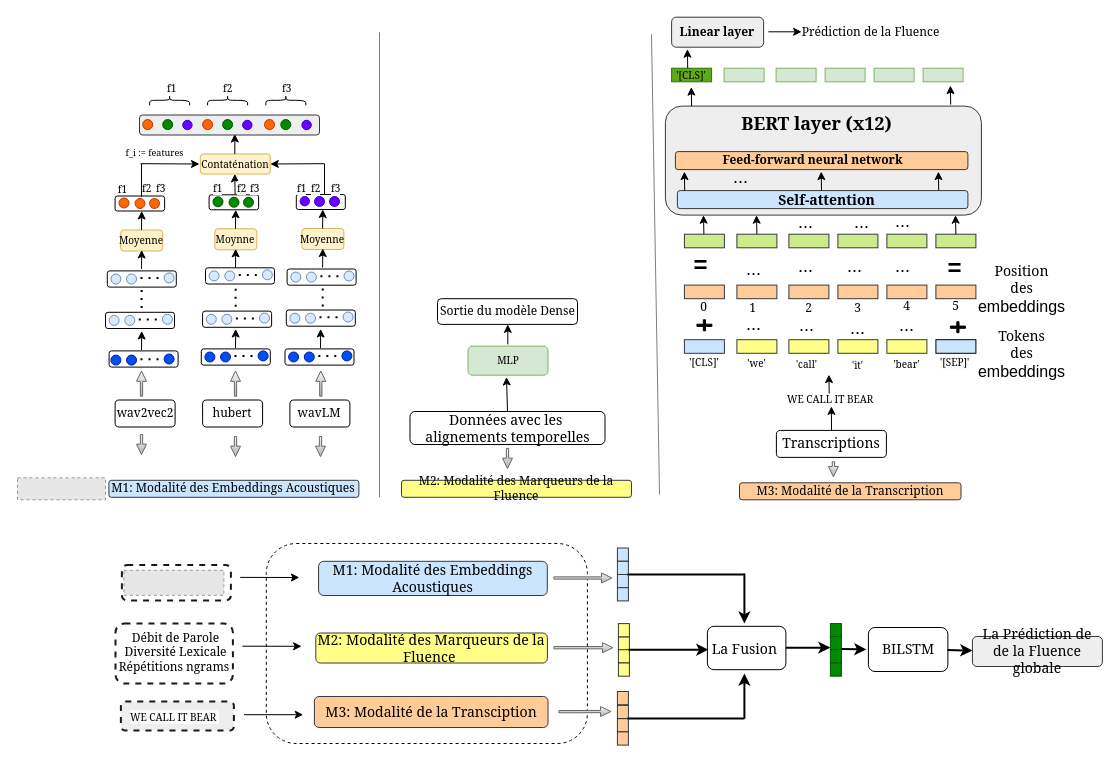
Before: page "TRI-modal" (1 of 2) of Trimodal_Fluency_sslmodel.drawio in papasega/Applied-Deep-Learning, a draw.io diagram. Source tidied: cells renumbered, new cells numbered last; positions are measured from the earlier drawing's top-left corner, leaving out a move shared by most shapes. Both pictures are drawn from the tidied source at 100%, with x=0, y=0 at pixel (17, 17). Pictures stored in the file or linked from it are replaced by grey dashed boxes.
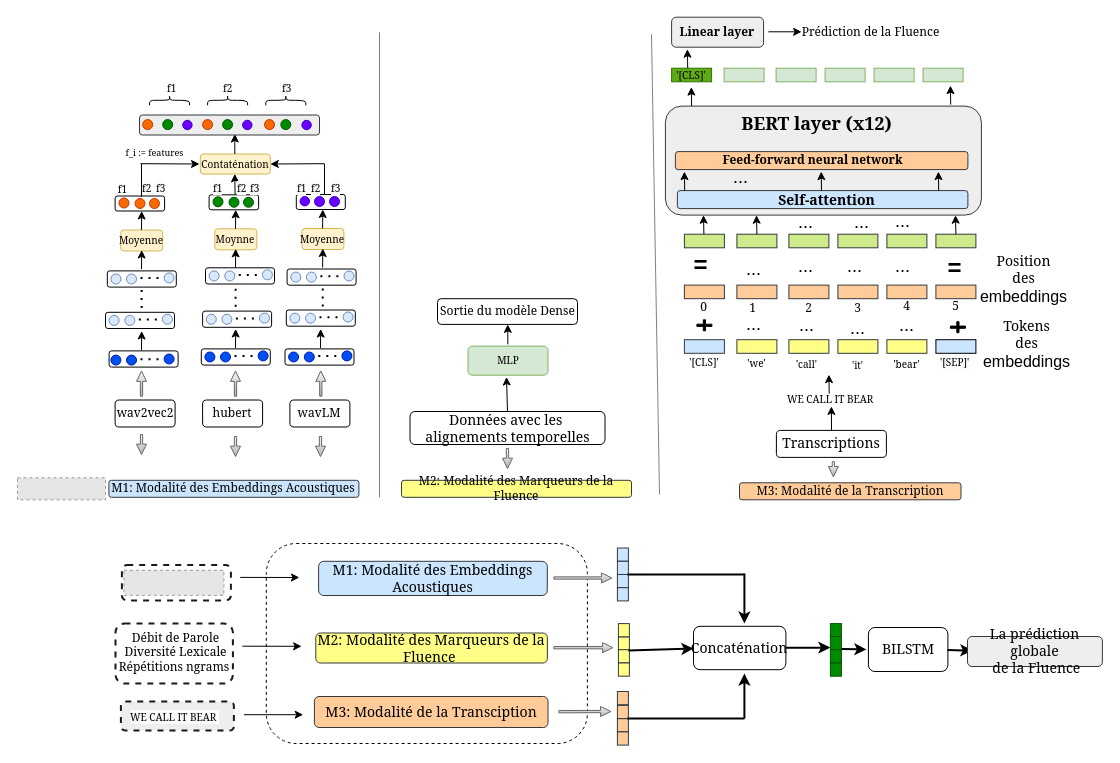
The same diagram, later.

Commit message:
Mettre à jour Trimodal_Fluency_sslmodel.drawio

Change to the diagram source:
```diff
@@
     <mxCell id="162" value="&lt;font face=&quot;Georgia&quot; style=&quot;font-size: 14px;&quot;&gt;Tokens&lt;/font&gt;&lt;div&gt;&lt;font face=&quot;Georgia&quot;&gt;&lt;span style=&quot;font-size: 14px;&quot;&gt;des&lt;br&gt;&lt;/span&gt;&lt;/font&gt;&lt;div&gt;&lt;font size=&quot;3&quot; face=&quot;F65Sn-oQwdM0Ih9RyYtp&quot; style=&quot;&quot;&gt;embeddings&lt;/font&gt;&lt;/div&gt;&lt;/div&gt;" style="text;html=1;align=center;verticalAlign=middle;strokeColor=none;fillColor=none;" parent="1" vertex="1">
-      <mxGeometry x="956.9" y="304.8" width="95" height="65" as="geometry" />
+      <mxGeometry x="961" y="294.5" width="95" height="65" as="geometry" />
     </mxCell>
     <mxCell id="163" value="&lt;font style=&quot;font-size: 14px;&quot; face=&quot;Georgia&quot;&gt;Position&lt;/font&gt;&lt;div&gt;&lt;font style=&quot;font-size: 14px;&quot; face=&quot;Georgia&quot;&gt;des&lt;br&gt;&lt;/font&gt;&lt;div&gt;&lt;font size=&quot;3&quot; face=&quot;HL0lQJGr_3rsFP0qDM02&quot; style=&quot;&quot;&gt;embeddings&lt;/font&gt;&lt;/div&gt;&lt;/div&gt;" style="text;html=1;align=center;verticalAlign=middle;strokeColor=none;fillColor=none;" parent="1" vertex="1">
-      <mxGeometry x="956.9" y="239.2" width="95" height="65" as="geometry" />
+      <mxGeometry x="958.4" y="229" width="95" height="65" as="geometry" />
     </mxCell>
@@
-    <mxCell id="236" style="endArrow=classic;html=1;rounded=0;strokeWidth=2;" parent="1" edge="1">
+    <mxCell id="236" style="endArrow=classic;html=1;rounded=0;strokeWidth=2;entryX=0;entryY=0.5;entryDx=0;entryDy=0;" parent="1" edge="1">
       <mxGeometry relative="1" as="geometry">
-        <mxPoint x="610.9" y="632.2" as="sourcePoint" />
-        <mxPoint x="690.9" y="632.2" as="targetPoint" />
+        <mxPoint x="610.9" y="632.9" as="sourcePoint" />
+        <mxPoint x="676" y="631.1" as="targetPoint" />
       </mxGeometry>
     </mxCell>
-    <mxCell id="237" value="&lt;font face=&quot;Georgia&quot; style=&quot;font-size: 14px;&quot;&gt;La Fusion&lt;/font&gt;&lt;span style=&quot;font-family: KW7sAYILyFHi5LCFHPS0; font-size: medium; background-color: transparent; color: light-dark(rgb(0, 0, 0), rgb(255, 255, 255));&quot;&gt;&amp;nbsp;&lt;/span&gt;" style="rounded=1;whiteSpace=wrap;html=1;" parent="1" vertex="1">
-      <mxGeometry x="689.9" y="608.8" width="78.5" height="43.4" as="geometry" />
+    <mxCell id="237" value="&lt;font face=&quot;Georgia&quot;&gt;&lt;span style=&quot;font-size: 14px;&quot;&gt;Concaténation&lt;/span&gt;&lt;/font&gt;" style="rounded=1;whiteSpace=wrap;html=1;" parent="1" vertex="1">
+      <mxGeometry x="676" y="608.8" width="92.4" height="43.4" as="geometry" />
     </mxCell>
@@
-    <mxCell id="248" value="&lt;font style=&quot;font-size: 14px;&quot; face=&quot;Georgia&quot;&gt;La Prédiction de de la Fluence globale&lt;/font&gt;" style="rounded=1;whiteSpace=wrap;html=1;fillColor=#eeeeee;strokeColor=#36393d;" parent="1" vertex="1">
-      <mxGeometry x="954.9" y="619" width="130" height="30" as="geometry" />
+    <mxCell id="248" value="&lt;font style=&quot;font-size: 14px;&quot; face=&quot;Georgia&quot;&gt;La prédiction globale&lt;/font&gt;&lt;div&gt;&lt;font style=&quot;font-size: 14px;&quot; face=&quot;Georgia&quot;&gt;&amp;nbsp;de la Fluence&lt;/font&gt;&lt;/div&gt;" style="rounded=1;whiteSpace=wrap;html=1;fillColor=#eeeeee;strokeColor=#36393d;" parent="1" vertex="1">
+      <mxGeometry x="950" y="619" width="134.9" height="30" as="geometry" />
     </mxCell>
```
